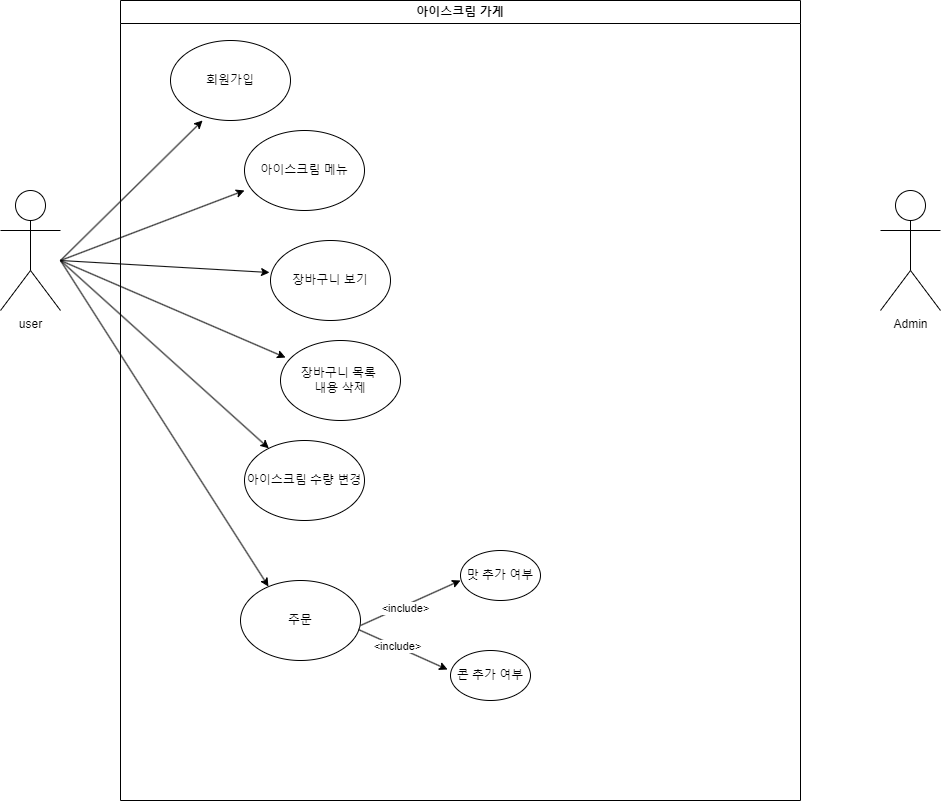
This is mini_project_use-case.png from junHyeokP/Algorithm, a draw.io export, as it was before one commit. Source tidied: cells renumbered, new cells last; positions are measured from the earlier drawing's top-left corner, leaving out a move shared by most shapes.
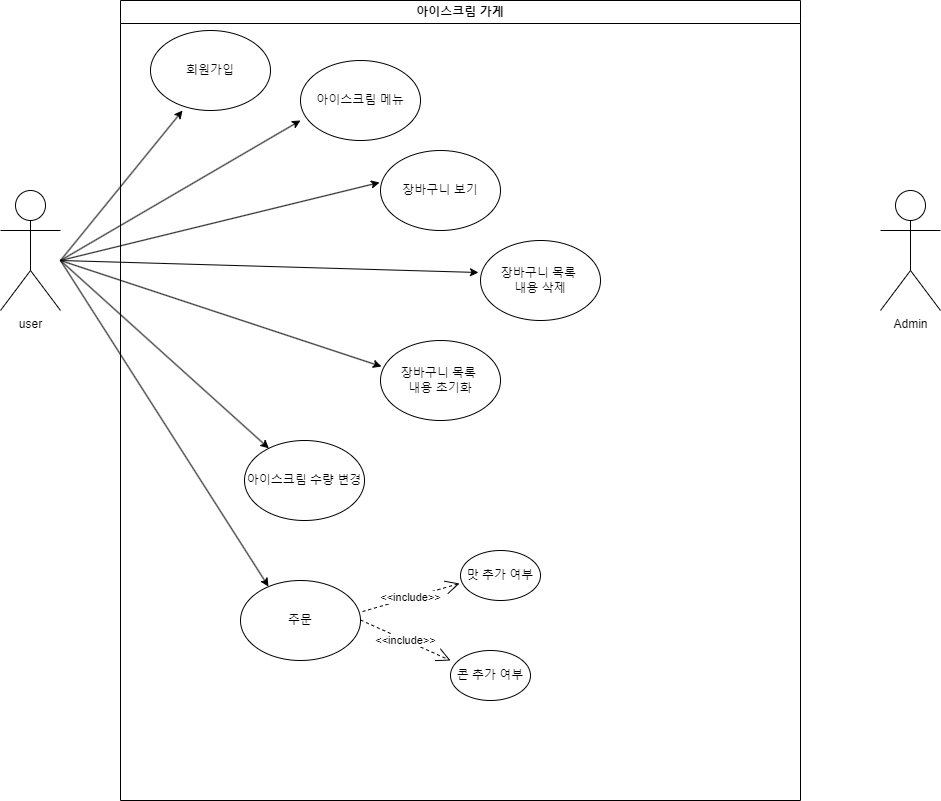
Later version of the same file.

What changed in the source:
```diff
@@ -12,13 +12,13 @@
       <mxGeometry x="120" width="680" height="800" as="geometry" />
     </mxCell>
     <mxCell id="5" value="장바구니 목록&amp;nbsp;&lt;div&gt;내용 삭제&lt;/div&gt;" style="ellipse;whiteSpace=wrap;html=1;" parent="4" vertex="1">
-      <mxGeometry x="160" y="340" width="120" height="80" as="geometry" />
+      <mxGeometry x="360" y="240" width="120" height="80" as="geometry" />
     </mxCell>
     <mxCell id="6" value="장바구니 보기" style="ellipse;whiteSpace=wrap;html=1;" parent="4" vertex="1">
-      <mxGeometry x="150" y="240" width="120" height="80" as="geometry" />
+      <mxGeometry x="260" y="150" width="120" height="80" as="geometry" />
     </mxCell>
     <mxCell id="7" value="아이스크림 메뉴" style="ellipse;whiteSpace=wrap;html=1;" parent="4" vertex="1">
-      <mxGeometry x="124" y="130" width="120" height="80" as="geometry" />
+      <mxGeometry x="180" y="60" width="120" height="80" as="geometry" />
     </mxCell>
     <mxCell id="8" value="콘 추가 여부" style="ellipse;whiteSpace=wrap;html=1;direction=east;" parent="4" vertex="1">
       <mxGeometry x="330" y="650" width="80" height="50" as="geometry" />
@@ -38,25 +38,19 @@
       <mxGeometry x="120" y="580" width="120" height="80" as="geometry" />
     </mxCell>
     <mxCell id="13" value="회원가입" style="ellipse;whiteSpace=wrap;html=1;" parent="4" vertex="1">
-      <mxGeometry x="50" y="40" width="120" height="80" as="geometry" />
+      <mxGeometry x="30" y="30" width="120" height="80" as="geometry" />
     </mxCell>
-    <mxCell id="14" style="endArrow=classic;html=1;rounded=0;exitX=1;exitY=0.25;exitDx=0;exitDy=0;exitPerimeter=0;entryX=0;entryY=0.5;entryDx=0;entryDy=0;" parent="4" edge="1">
-      <mxGeometry relative="1" as="geometry">
-        <mxPoint x="240" y="625" as="sourcePoint" />
-        <mxPoint x="340" y="580" as="targetPoint" />
-      </mxGeometry>
-    </mxCell>
-    <mxCell id="15" value="&amp;lt;include&amp;gt;" style="edgeLabel;html=1;align=center;verticalAlign=middle;" parent="14" vertex="1">
-      <mxGeometry x="-0.12" y="-2" relative="1" as="geometry" />
-    </mxCell>
-    <mxCell id="16" style="endArrow=classic;html=1;rounded=0;exitX=0.983;exitY=0.613;exitDx=0;exitDy=0;exitPerimeter=0;entryX=-0.037;entryY=0.38;entryDx=0;entryDy=0;entryPerimeter=0;" parent="4" edge="1" source="12" target="8">
-      <mxGeometry relative="1" as="geometry" />
-    </mxCell>
-    <mxCell id="17" value="&amp;lt;include&amp;gt;" style="edgeLabel;html=1;align=center;verticalAlign=middle;" parent="16" vertex="1">
-      <mxGeometry x="-0.13" y="1" relative="1" as="geometry">
-        <mxPoint x="-1" as="offset" />
-      </mxGeometry>
-    </mxCell>
+    <mxCell id="23" value="장바구니 목록&amp;nbsp;&lt;div&gt;내용 초기화&lt;/div&gt;" style="ellipse;whiteSpace=wrap;html=1;" parent="4" vertex="1">
+      <mxGeometry x="260" y="340" width="120" height="80" as="geometry" />
+    </mxCell>
+    <mxCell id="24" value="&amp;lt;&amp;lt;include&amp;gt;&amp;gt;" style="endArrow=open;endSize=12;dashed=1;html=1;rounded=0;entryX=0;entryY=0.2;entryDx=0;entryDy=0;entryPerimeter=0;" parent="4" edge="1" target="8">
+      <mxGeometry relative="1" as="geometry">
+        <mxPoint x="240" y="619.5" as="sourcePoint" />
+      </mxGeometry>
+    </mxCell>
+    <mxCell id="25" value="&amp;lt;&amp;lt;include&amp;gt;&amp;gt;" style="endArrow=open;endSize=12;dashed=1;html=1;rounded=0;entryX=-0.012;entryY=0.66;entryDx=0;entryDy=0;entryPerimeter=0;exitX=1.017;exitY=0.388;exitDx=0;exitDy=0;exitPerimeter=0;" parent="4" edge="1" source="12" target="9">
+      <mxGeometry relative="1" as="geometry" />
+    </mxCell>
     <mxCell id="18" style="endArrow=classic;html=1;rounded=0;entryX=0;entryY=0.75;entryDx=0;entryDy=0;entryPerimeter=0;" parent="1" edge="1" target="7">
       <mxGeometry relative="1" as="geometry">
         <mxPoint x="60" y="260" as="sourcePoint" />
@@ -67,7 +61,7 @@
         <mxPoint x="60" y="260" as="sourcePoint" />
       </mxGeometry>
     </mxCell>
-    <mxCell id="20" style="endArrow=classic;html=1;rounded=0;entryX=0.042;entryY=0.213;entryDx=0;entryDy=0;entryPerimeter=0;" parent="1" edge="1" target="5">
+    <mxCell id="20" style="endArrow=classic;html=1;rounded=0;entryX=-0.017;entryY=0.4;entryDx=0;entryDy=0;entryPerimeter=0;" parent="1" edge="1" target="5">
       <mxGeometry relative="1" as="geometry">
         <mxPoint x="60" y="260" as="sourcePoint" />
       </mxGeometry>
@@ -82,5 +76,10 @@
         <mxPoint x="60" y="260" as="sourcePoint" />
       </mxGeometry>
     </mxCell>
+    <mxCell id="26" style="endArrow=classic;html=1;rounded=0;entryX=0.008;entryY=0.325;entryDx=0;entryDy=0;entryPerimeter=0;" parent="1" edge="1" target="23">
+      <mxGeometry relative="1" as="geometry">
+        <mxPoint x="60" y="260" as="sourcePoint" />
+      </mxGeometry>
+    </mxCell>
   </root>
 </mxGraphModel>
```
